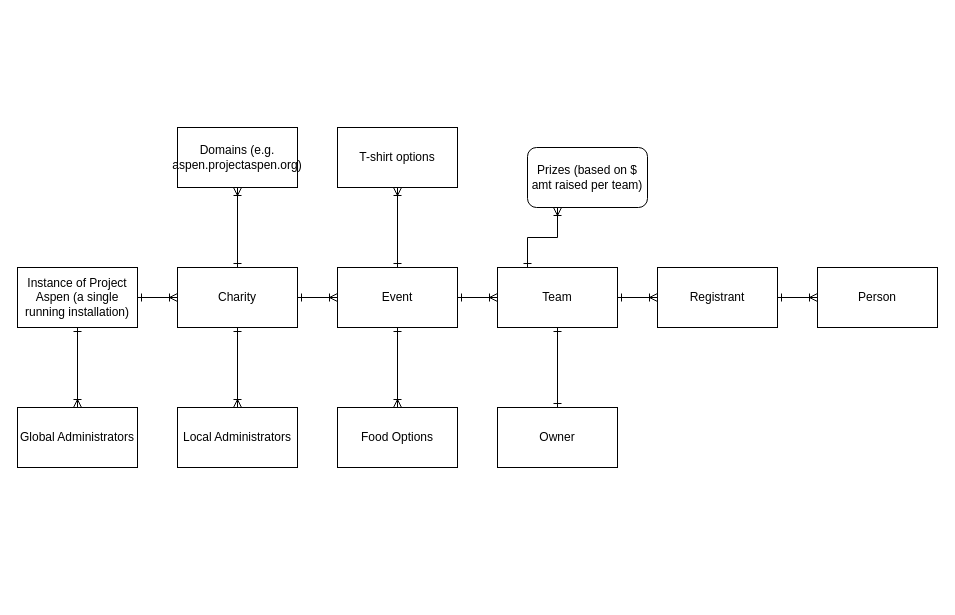
Earlier version of the draw.io diagram docs/datamodel.drawio (SnowSE/project_aspen). Source tidied: cells renumbered, new cells numbered last; positions are measured from the earlier drawing's top-left corner, leaving out a move shared by most shapes. Both pictures are drawn from the tidied source at 100%, with x=0, y=0 at pixel (17, 127).
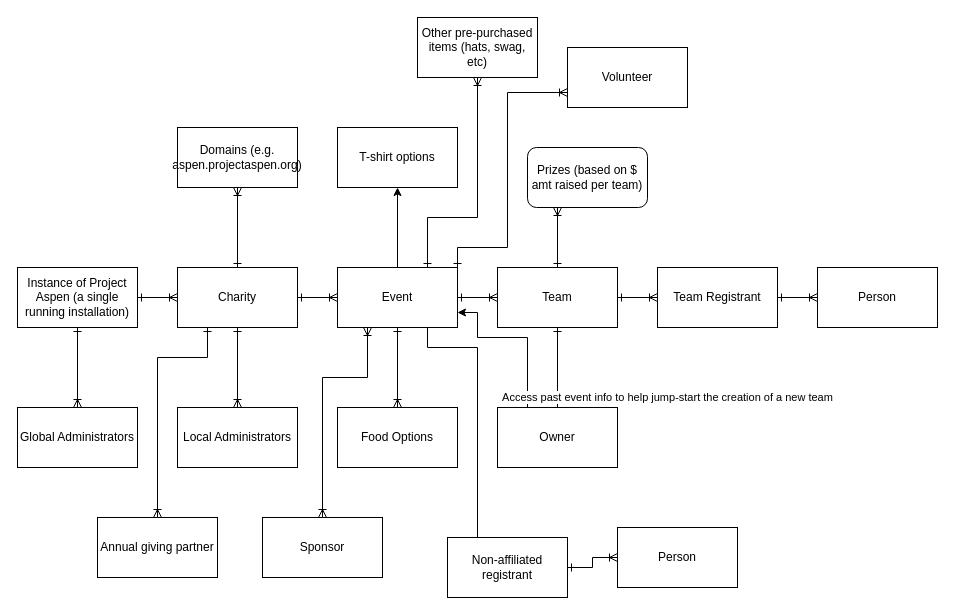
Above is the later version.

The change refers to these unchanged cells:
```xml
<mxCell id="5" value="Charity" style="rounded=0;whiteSpace=wrap;html=1;" parent="1" vertex="1">
  <mxGeometry x="160" y="140" width="120" height="60" as="geometry" />
</mxCell>
<mxCell id="12" value="Event" style="rounded=0;whiteSpace=wrap;html=1;" parent="1" vertex="1">
  <mxGeometry x="320" y="140" width="120" height="60" as="geometry" />
</mxCell>
<mxCell id="15" value="Team" style="rounded=0;whiteSpace=wrap;html=1;" parent="1" vertex="1">
  <mxGeometry x="480" y="140" width="120" height="60" as="geometry" />
</mxCell>
<mxCell id="21" value="Prizes (based on $ amt raised per team)" style="rounded=1;whiteSpace=wrap;html=1;" parent="1" vertex="1">
  <mxGeometry x="510" y="20" width="120" height="60" as="geometry" />
</mxCell>
<mxCell id="22" value="T-shirt options" style="rounded=0;whiteSpace=wrap;html=1;" parent="1" vertex="1">
  <mxGeometry x="320" width="120" height="60" as="geometry" />
</mxCell>
<mxCell id="26" value="Owner" style="rounded=0;whiteSpace=wrap;html=1;" parent="1" vertex="1">
  <mxGeometry x="480" y="280" width="120" height="60" as="geometry" />
</mxCell>
```

Diff of the diagram source:
```diff
@@
-    <mxCell id="11" style="edgeStyle=orthogonalEdgeStyle;rounded=0;jettySize=auto;html=1;startArrow=ERone;startFill=0;endArrow=ERoneToMany;endFill=0;" parent="1" edge="1" source="12" target="22">
-      <mxGeometry relative="1" as="geometry" />
+    <mxCell id="11" style="edgeStyle=orthogonalEdgeStyle;rounded=0;jettySize=auto;html=1;startArrow=ERone;startFill=0;endArrow=ERoneToMany;endFill=0;exitX=0.75;exitY=0;exitDx=0;exitDy=0;" parent="1" edge="1" source="12">
+      <mxGeometry relative="1" as="geometry">
+        <mxPoint x="460" y="-50" as="targetPoint" />
+        <Array as="points">
+          <mxPoint x="410" y="90" />
+          <mxPoint x="460" y="90" />
+        </Array>
+      </mxGeometry>
     </mxCell>
+    <mxCell id="27" style="edgeStyle=orthogonalEdgeStyle;rounded=0;jettySize=auto;html=1;exitX=0.75;exitY=1;exitDx=0;exitDy=0;" parent="1" edge="1" source="12">
+      <mxGeometry relative="1" as="geometry">
+        <mxPoint x="470" y="420" as="targetPoint" />
+        <Array as="points">
+          <mxPoint x="410" y="220" />
+          <mxPoint x="460" y="220" />
+          <mxPoint x="460" y="410" />
+          <mxPoint x="470" y="410" />
+        </Array>
+      </mxGeometry>
+    </mxCell>
@@
-    <mxCell id="17" value="Registrant" style="rounded=0;whiteSpace=wrap;html=1;" parent="1" vertex="1">
+    <mxCell id="17" value="Team Registrant" style="rounded=0;whiteSpace=wrap;html=1;" parent="1" vertex="1">
       <mxGeometry x="640" y="140" width="120" height="60" as="geometry" />
     </mxCell>
@@
-    <mxCell id="20" style="edgeStyle=orthogonalEdgeStyle;rounded=0;jettySize=auto;html=1;exitX=0.25;exitY=1;exitDx=0;exitDy=0;entryX=0.25;entryY=0;entryDx=0;entryDy=0;startArrow=ERoneToMany;startFill=0;endArrow=ERone;endFill=0;" parent="1" edge="1" source="21" target="15">
-      <mxGeometry relative="1" as="geometry" />
+    <mxCell id="20" style="edgeStyle=orthogonalEdgeStyle;rounded=0;jettySize=auto;html=1;exitX=0.25;exitY=1;exitDx=0;exitDy=0;startArrow=ERoneToMany;startFill=0;endArrow=ERone;endFill=0;" parent="1" edge="1" source="21">
+      <mxGeometry relative="1" as="geometry">
+        <mxPoint x="540" y="140" as="targetPoint" />
+        <Array as="points">
+          <mxPoint x="540" y="140" />
+        </Array>
+      </mxGeometry>
     </mxCell>
@@
+    <mxCell id="28" value="Access past event info to help jump-start the creation of a new team" style="edgeStyle=orthogonalEdgeStyle;rounded=0;jettySize=auto;html=1;exitX=0.25;exitY=0;exitDx=0;exitDy=0;entryX=1;entryY=0.75;entryDx=0;entryDy=0;" parent="1" edge="1" source="26" target="12">
+      <mxGeometry x="-0.88" y="-140" relative="1" as="geometry">
+        <Array as="points">
+          <mxPoint x="510" y="210" />
+          <mxPoint x="460" y="210" />
+          <mxPoint x="460" y="185" />
+        </Array>
+      </mxGeometry>
+    </mxCell>
@@
+    <mxCell id="29" style="edgeStyle=orthogonalEdgeStyle;rounded=0;jettySize=auto;html=1;exitX=0.5;exitY=0;exitDx=0;exitDy=0;" parent="1" edge="1" source="12" target="22">
+      <mxGeometry relative="1" as="geometry" />
+    </mxCell>
+    <mxCell id="30" value="Other pre-purchased items (hats, swag, etc)" style="rounded=0;whiteSpace=wrap;html=1;" parent="1" vertex="1">
+      <mxGeometry x="400" y="-110" width="120" height="60" as="geometry" />
+    </mxCell>
+    <mxCell id="31" value="Non-affiliated registrant" style="rounded=0;whiteSpace=wrap;html=1;" parent="1" vertex="1">
+      <mxGeometry x="430" y="410" width="120" height="60" as="geometry" />
+    </mxCell>
+    <mxCell id="32" style="edgeStyle=orthogonalEdgeStyle;rounded=0;jettySize=auto;html=1;startArrow=ERone;startFill=0;endArrow=ERoneToMany;endFill=0;exitX=1;exitY=0.5;exitDx=0;exitDy=0;" parent="1" edge="1" source="31" target="33">
+      <mxGeometry relative="1" as="geometry" />
+    </mxCell>
+    <mxCell id="33" value="Person" style="rounded=0;whiteSpace=wrap;html=1;" parent="1" vertex="1">
+      <mxGeometry x="600" y="400" width="120" height="60" as="geometry" />
+    </mxCell>
+    <mxCell id="34" style="edgeStyle=orthogonalEdgeStyle;rounded=0;jettySize=auto;html=1;exitX=0.5;exitY=0;exitDx=0;exitDy=0;entryX=0.25;entryY=1;entryDx=0;entryDy=0;endArrow=ERoneToMany;endFill=0;startArrow=ERoneToMany;startFill=0;" parent="1" edge="1" source="35" target="12">
+      <mxGeometry relative="1" as="geometry">
+        <Array as="points">
+          <mxPoint x="305" y="250" />
+          <mxPoint x="350" y="250" />
+        </Array>
+      </mxGeometry>
+    </mxCell>
+    <mxCell id="35" value="Sponsor" style="rounded=0;whiteSpace=wrap;html=1;" parent="1" vertex="1">
+      <mxGeometry x="245" y="390" width="120" height="60" as="geometry" />
+    </mxCell>
+    <mxCell id="36" style="edgeStyle=orthogonalEdgeStyle;rounded=0;jettySize=auto;html=1;exitX=0.5;exitY=0;exitDx=0;exitDy=0;entryX=0.25;entryY=1;entryDx=0;entryDy=0;startArrow=ERoneToMany;startFill=0;endArrow=ERone;endFill=0;" parent="1" edge="1" source="37" target="5">
+      <mxGeometry relative="1" as="geometry">
+        <Array as="points">
+          <mxPoint x="140" y="230" />
+          <mxPoint x="190" y="230" />
+        </Array>
+      </mxGeometry>
+    </mxCell>
+    <mxCell id="37" value="Annual giving partner" style="rounded=0;whiteSpace=wrap;html=1;" parent="1" vertex="1">
+      <mxGeometry x="80" y="390" width="120" height="60" as="geometry" />
+    </mxCell>
+    <mxCell id="38" style="edgeStyle=orthogonalEdgeStyle;rounded=0;jettySize=auto;html=1;exitX=0;exitY=0.75;exitDx=0;exitDy=0;entryX=1;entryY=0;entryDx=0;entryDy=0;startArrow=ERoneToMany;startFill=0;endArrow=ERone;endFill=0;" parent="1" edge="1" source="39" target="12">
+      <mxGeometry relative="1" as="geometry">
+        <Array as="points">
+          <mxPoint x="490" y="-35" />
+          <mxPoint x="490" y="120" />
+          <mxPoint x="440" y="120" />
+        </Array>
+      </mxGeometry>
+    </mxCell>
+    <mxCell id="39" value="Volunteer" style="rounded=0;whiteSpace=wrap;html=1;" parent="1" vertex="1">
+      <mxGeometry x="550" y="-80" width="120" height="60" as="geometry" />
+    </mxCell>
```
